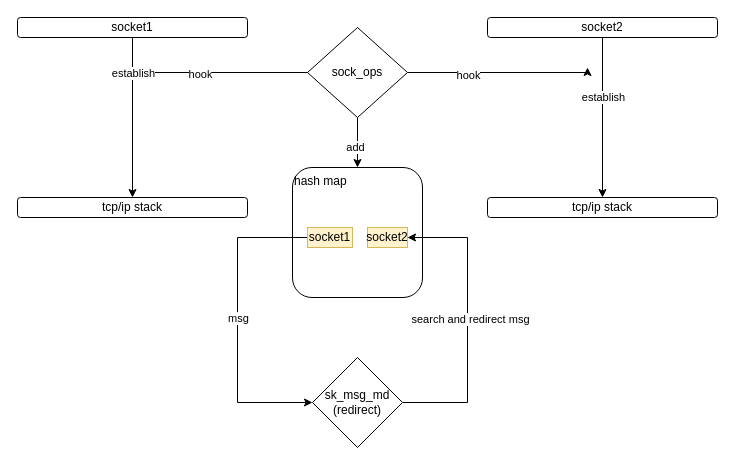
xu1zhou/Documents keeps this draw.io diagram as flow_of_ebpf_docker_demo.drawio. Above is the earlier version. Source tidied: cells renumbered, new cells numbered last; positions are measured from the earlier drawing's top-left corner, leaving out a move shared by most shapes. Both pictures are drawn from the tidied source at 100%, with x=0, y=0 at pixel (17, 17).
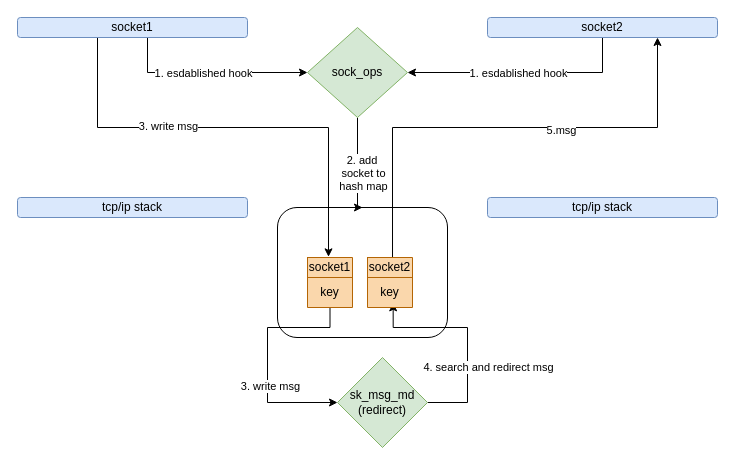
Above is the later version.

What changed in the source:
```diff
@@
-    <mxCell id="2" value="hash map" style="rounded=1;whiteSpace=wrap;html=1;align=left;verticalAlign=top;" parent="1" vertex="1">
-      <mxGeometry x="275" y="150" width="130" height="130" as="geometry" />
+    <mxCell id="2" style="rounded=1;whiteSpace=wrap;html=1;align=left;verticalAlign=top;" parent="1" vertex="1">
+      <mxGeometry x="260" y="190" width="170" height="130" as="geometry" />
     </mxCell>
-    <mxCell id="3" style="edgeStyle=orthogonalEdgeStyle;rounded=0;jettySize=auto;html=1;" parent="1" edge="1" source="9">
-      <mxGeometry relative="1" as="geometry">
-        <mxPoint x="120" y="55" as="targetPoint" />
-      </mxGeometry>
-    </mxCell>
-    <mxCell id="4" value="hook" style="edgeLabel;html=1;align=center;verticalAlign=middle;" parent="3" vertex="1">
-      <mxGeometry x="0.27" y="1" relative="1" as="geometry" />
-    </mxCell>
     <mxCell id="5" style="edgeStyle=orthogonalEdgeStyle;rounded=0;jettySize=auto;html=1;entryX=0.5;entryY=0;entryDx=0;entryDy=0;" parent="1" edge="1" source="9" target="2">
-      <mxGeometry relative="1" as="geometry" />
+      <mxGeometry relative="1" as="geometry">
+        <Array as="points">
+          <mxPoint x="340" y="190" />
+        </Array>
+      </mxGeometry>
     </mxCell>
-    <mxCell id="6" value="add" style="edgeLabel;html=1;align=center;verticalAlign=middle;" parent="5" vertex="1">
-      <mxGeometry x="0.15" y="-3" relative="1" as="geometry" />
+    <mxCell id="6" value="2. add&amp;nbsp;&lt;br&gt;socket to&lt;br&gt;hash map" style="edgeLabel;html=1;align=center;verticalAlign=middle;" parent="5" vertex="1">
+      <mxGeometry x="0.15" y="-3" relative="1" as="geometry">
+        <mxPoint x="8" as="offset" />
+      </mxGeometry>
     </mxCell>
-    <mxCell id="7" style="edgeStyle=orthogonalEdgeStyle;rounded=0;jettySize=auto;html=1;" parent="1" edge="1" source="9">
-      <mxGeometry relative="1" as="geometry">
-        <mxPoint x="570" y="50" as="targetPoint" />
-        <Array as="points">
-          <mxPoint x="570" y="55" />
-        </Array>
-      </mxGeometry>
-    </mxCell>
-    <mxCell id="8" value="hook" style="edgeLabel;html=1;align=center;verticalAlign=middle;" parent="7" vertex="1">
-      <mxGeometry x="-0.35" y="-2" relative="1" as="geometry" />
-    </mxCell>
-    <mxCell id="9" value="sock_ops" style="rhombus;whiteSpace=wrap;html=1;" parent="1" vertex="1">
+    <mxCell id="9" value="sock_ops" style="rhombus;whiteSpace=wrap;html=1;fillColor=#d5e8d4;strokeColor=#82b366;" parent="1" vertex="1">
       <mxGeometry x="290" y="10" width="100" height="90" as="geometry" />
     </mxCell>
-    <mxCell id="10" style="edgeStyle=orthogonalEdgeStyle;rounded=0;jettySize=auto;html=1;entryX=1;entryY=0.5;entryDx=0;entryDy=0;" parent="1" edge="1" source="12" target="20">
+    <mxCell id="10" style="edgeStyle=orthogonalEdgeStyle;rounded=0;jettySize=auto;html=1;entryX=0.57;entryY=0.844;entryDx=0;entryDy=0;entryPerimeter=0;" parent="1" edge="1" source="12" target="34">
       <mxGeometry relative="1" as="geometry">
         <Array as="points">
           <mxPoint x="450" y="385" />
-          <mxPoint x="450" y="220" />
+          <mxPoint x="450" y="310" />
+          <mxPoint x="376" y="310" />
         </Array>
       </mxGeometry>
     </mxCell>
-    <mxCell id="11" value="search and redirect msg" style="edgeLabel;html=1;align=center;verticalAlign=middle;" parent="10" vertex="1">
+    <mxCell id="11" value="4. search and redirect msg" style="edgeLabel;html=1;align=center;verticalAlign=middle;" parent="10" vertex="1">
       <mxGeometry x="-0.13" y="-2" relative="1" as="geometry">
-        <mxPoint y="-23" as="offset" />
+        <mxPoint x="18" y="17" as="offset" />
       </mxGeometry>
     </mxCell>
-    <mxCell id="12" value="sk_msg_md&lt;br&gt;(redirect)" style="rhombus;whiteSpace=wrap;html=1;" parent="1" vertex="1">
-      <mxGeometry x="295" y="340" width="90" height="90" as="geometry" />
+    <mxCell id="12" value="sk_msg_md&lt;br&gt;(redirect)" style="rhombus;whiteSpace=wrap;html=1;fillColor=#d5e8d4;strokeColor=#82b366;" parent="1" vertex="1">
+      <mxGeometry x="320" y="340" width="90" height="90" as="geometry" />
     </mxCell>
-    <mxCell id="13" style="edgeStyle=orthogonalEdgeStyle;rounded=0;jettySize=auto;html=1;" parent="1" edge="1" source="15" target="16">
-      <mxGeometry relative="1" as="geometry" />
-    </mxCell>
-    <mxCell id="14" value="establish" style="edgeLabel;html=1;align=center;verticalAlign=middle;" parent="13" vertex="1">
-      <mxGeometry x="-0.26" relative="1" as="geometry">
-        <mxPoint y="-24" as="offset" />
-      </mxGeometry>
-    </mxCell>
+    <mxCell id="25" style="edgeStyle=orthogonalEdgeStyle;rounded=0;jettySize=auto;html=1;entryX=0.467;entryY=-0.033;entryDx=0;entryDy=0;entryPerimeter=0;" parent="1" edge="1" source="15" target="39">
+      <mxGeometry relative="1" as="geometry">
+        <Array as="points">
+          <mxPoint x="80" y="110" />
+          <mxPoint x="311" y="110" />
+        </Array>
+      </mxGeometry>
+    </mxCell>
+    <mxCell id="26" value="3. write msg" style="edgeLabel;html=1;align=center;verticalAlign=middle;" parent="25" vertex="1">
+      <mxGeometry x="-0.29" y="2" relative="1" as="geometry" />
+    </mxCell>
+    <mxCell id="27" style="edgeStyle=orthogonalEdgeStyle;rounded=0;jettySize=auto;html=1;entryX=0;entryY=0.5;entryDx=0;entryDy=0;startArrow=none;startFill=0;endArrow=classic;endFill=1;exitX=0.5;exitY=1;exitDx=0;exitDy=0;" parent="1" edge="1" source="15" target="9">
+      <mxGeometry relative="1" as="geometry">
+        <Array as="points">
+          <mxPoint x="130" y="20" />
+          <mxPoint x="130" y="55" />
+        </Array>
+      </mxGeometry>
+    </mxCell>
+    <mxCell id="28" value="1. esdablished hook" style="edgeLabel;html=1;align=center;verticalAlign=middle;" parent="27" vertex="1">
+      <mxGeometry x="-0.54" y="-2" relative="1" as="geometry">
+        <mxPoint x="57" y="2" as="offset" />
+      </mxGeometry>
+    </mxCell>
-    <mxCell id="15" value="socket1" style="rounded=1;whiteSpace=wrap;html=1;" parent="1" vertex="1">
+    <mxCell id="15" value="socket1" style="rounded=1;whiteSpace=wrap;html=1;fillColor=#dae8fc;strokeColor=#6c8ebf;" parent="1" vertex="1">
       <mxGeometry width="230" height="20" as="geometry" />
     </mxCell>
-    <mxCell id="16" value="tcp/ip stack" style="rounded=1;whiteSpace=wrap;html=1;" parent="1" vertex="1">
+    <mxCell id="16" value="tcp/ip stack" style="rounded=1;whiteSpace=wrap;html=1;fillColor=#dae8fc;strokeColor=#6c8ebf;" parent="1" vertex="1">
       <mxGeometry y="180" width="230" height="20" as="geometry" />
     </mxCell>
-    <mxCell id="17" style="edgeStyle=orthogonalEdgeStyle;rounded=0;jettySize=auto;html=1;entryX=0;entryY=0.5;entryDx=0;entryDy=0;" parent="1" edge="1" source="19" target="12">
-      <mxGeometry relative="1" as="geometry">
-        <Array as="points">
-          <mxPoint x="220" y="220" />
-          <mxPoint x="220" y="385" />
-        </Array>
-      </mxGeometry>
-    </mxCell>
-    <mxCell id="18" value="msg" style="edgeLabel;html=1;align=center;verticalAlign=middle;" parent="17" vertex="1">
-      <mxGeometry x="0.18" relative="1" as="geometry">
-        <mxPoint y="-33" as="offset" />
-      </mxGeometry>
-    </mxCell>
-    <mxCell id="19" value="socket1" style="text;html=1;strokeColor=#d6b656;fillColor=#fff2cc;align=center;verticalAlign=middle;whiteSpace=wrap;rounded=0;" parent="1" vertex="1">
-      <mxGeometry x="290" y="210" width="45" height="20" as="geometry" />
-    </mxCell>
-    <mxCell id="20" value="socket2" style="text;html=1;strokeColor=#d6b656;fillColor=#fff2cc;align=center;verticalAlign=middle;whiteSpace=wrap;rounded=0;" parent="1" vertex="1">
-      <mxGeometry x="350" y="210" width="40" height="20" as="geometry" />
-    </mxCell>
-    <mxCell id="21" style="edgeStyle=orthogonalEdgeStyle;rounded=0;jettySize=auto;html=1;" parent="1" edge="1" source="23" target="24">
-      <mxGeometry relative="1" as="geometry" />
-    </mxCell>
-    <mxCell id="22" value="establish" style="edgeLabel;html=1;align=center;verticalAlign=middle;" parent="21" vertex="1">
-      <mxGeometry x="-0.26" relative="1" as="geometry" />
-    </mxCell>
+    <mxCell id="29" style="edgeStyle=orthogonalEdgeStyle;rounded=0;jettySize=auto;html=1;entryX=0.556;entryY=0;entryDx=0;entryDy=0;entryPerimeter=0;startArrow=classic;startFill=1;endArrow=none;endFill=0;" parent="1" edge="1" source="23" target="33">
+      <mxGeometry relative="1" as="geometry">
+        <Array as="points">
+          <mxPoint x="640" y="110" />
+          <mxPoint x="375" y="110" />
+        </Array>
+      </mxGeometry>
+    </mxCell>
+    <mxCell id="30" value="5.msg" style="edgeLabel;html=1;align=center;verticalAlign=middle;" parent="29" vertex="1">
+      <mxGeometry x="-0.23" y="2" relative="1" as="geometry" />
+    </mxCell>
+    <mxCell id="31" style="edgeStyle=orthogonalEdgeStyle;rounded=0;jettySize=auto;html=1;entryX=1;entryY=0.5;entryDx=0;entryDy=0;startArrow=none;startFill=0;endArrow=classic;endFill=1;exitX=0.5;exitY=1;exitDx=0;exitDy=0;" parent="1" edge="1" source="23" target="9">
+      <mxGeometry relative="1" as="geometry" />
+    </mxCell>
-    <mxCell id="23" value="socket2" style="rounded=1;whiteSpace=wrap;html=1;" parent="1" vertex="1">
+    <mxCell id="23" value="socket2" style="rounded=1;whiteSpace=wrap;html=1;fillColor=#dae8fc;strokeColor=#6c8ebf;" parent="1" vertex="1">
       <mxGeometry x="470" width="230" height="20" as="geometry" />
     </mxCell>
-    <mxCell id="24" value="tcp/ip stack" style="rounded=1;whiteSpace=wrap;html=1;" parent="1" vertex="1">
+    <mxCell id="24" value="tcp/ip stack" style="rounded=1;whiteSpace=wrap;html=1;fillColor=#dae8fc;strokeColor=#6c8ebf;" parent="1" vertex="1">
       <mxGeometry x="470" y="180" width="230" height="20" as="geometry" />
     </mxCell>
+    <mxCell id="32" style="shape=table;html=1;whiteSpace=wrap;startSize=0;childLayout=tableLayout;fillColor=#fad7ac;strokeColor=#b46504;" parent="1" vertex="1">
+      <mxGeometry x="350" y="240" width="45" height="50" as="geometry" />
+    </mxCell>
+    <mxCell id="33" style="shape=partialRectangle;html=1;whiteSpace=wrap;fillColor=none;top=0;left=0;bottom=0;right=0;points=[[0,0.5],[1,0.5]];portConstraint=eastwest;" parent="32" vertex="1">
+      <mxGeometry width="45" height="20" as="geometry" />
+    </mxCell>
+    <mxCell id="20" value="socket2" style="shape=partialRectangle;html=1;whiteSpace=wrap;overflow=hidden;fillColor=none;top=0;left=0;bottom=0;right=0;" parent="33" vertex="1">
+      <mxGeometry width="45" height="20" as="geometry" />
+    </mxCell>
+    <mxCell id="34" style="shape=partialRectangle;html=1;whiteSpace=wrap;fillColor=none;top=0;left=0;bottom=0;right=0;points=[[0,0.5],[1,0.5]];portConstraint=eastwest;" parent="32" vertex="1">
+      <mxGeometry y="20" width="45" height="30" as="geometry" />
+    </mxCell>
+    <mxCell id="35" value="key" style="shape=partialRectangle;html=1;whiteSpace=wrap;overflow=hidden;fillColor=none;top=0;left=0;bottom=0;right=0;" parent="34" vertex="1">
+      <mxGeometry width="45" height="30" as="geometry" />
+    </mxCell>
+    <mxCell id="36" style="edgeStyle=orthogonalEdgeStyle;rounded=0;jettySize=auto;html=1;entryX=0;entryY=0.5;entryDx=0;entryDy=0;" parent="1" edge="1" source="38" target="12">
+      <mxGeometry relative="1" as="geometry">
+        <Array as="points">
+          <mxPoint x="313" y="310" />
+          <mxPoint x="250" y="310" />
+          <mxPoint x="250" y="385" />
+        </Array>
+      </mxGeometry>
+    </mxCell>
+    <mxCell id="37" value="3. write msg" style="edgeLabel;html=1;align=center;verticalAlign=middle;" parent="36" vertex="1">
+      <mxGeometry x="0.24" y="2" relative="1" as="geometry" />
+    </mxCell>
+    <mxCell id="38" style="shape=table;html=1;whiteSpace=wrap;startSize=0;childLayout=tableLayout;fillColor=#fad7ac;strokeColor=#b46504;" parent="1" vertex="1">
+      <mxGeometry x="290" y="240" width="45" height="50" as="geometry" />
+    </mxCell>
+    <mxCell id="39" style="shape=partialRectangle;html=1;whiteSpace=wrap;fillColor=none;top=0;left=0;bottom=0;right=0;points=[[0,0.5],[1,0.5]];portConstraint=eastwest;" parent="38" vertex="1">
+      <mxGeometry width="45" height="20" as="geometry" />
+    </mxCell>
+    <mxCell id="19" value="socket1" style="shape=partialRectangle;html=1;whiteSpace=wrap;overflow=hidden;fillColor=none;top=0;left=0;bottom=0;right=0;" parent="39" vertex="1">
+      <mxGeometry width="45" height="20" as="geometry" />
+    </mxCell>
+    <mxCell id="40" style="shape=partialRectangle;html=1;whiteSpace=wrap;fillColor=none;top=0;left=0;bottom=0;right=0;" parent="38" vertex="1">
+      <mxGeometry y="20" width="45" height="30" as="geometry" />
+    </mxCell>
+    <mxCell id="41" value="key" style="shape=partialRectangle;html=1;whiteSpace=wrap;overflow=hidden;fillColor=none;top=0;left=0;bottom=0;right=0;" parent="40" vertex="1">
+      <mxGeometry width="45" height="30" as="geometry" />
+    </mxCell>
+    <mxCell id="42" value="1. esdablished hook" style="edgeLabel;html=1;align=center;verticalAlign=middle;" parent="1" vertex="1">
+      <mxGeometry x="500" y="55" as="geometry" />
+    </mxCell>
```
